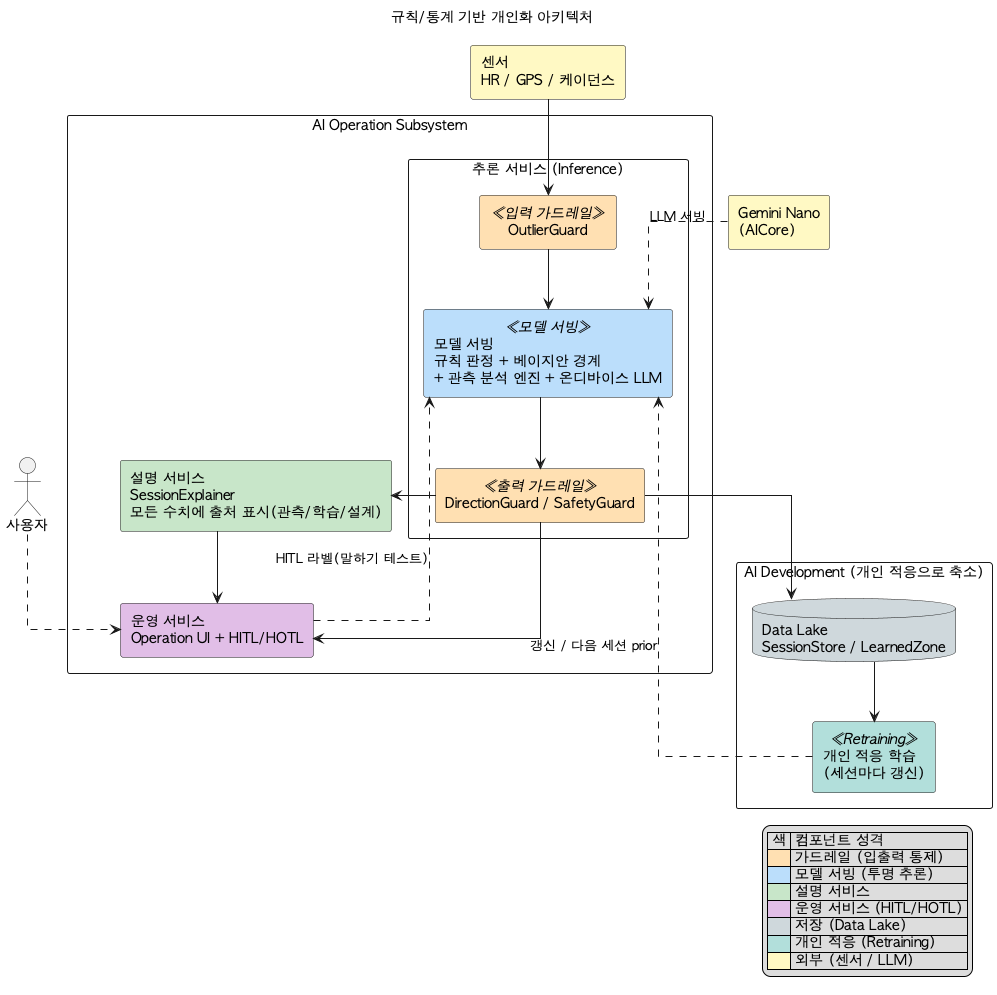
The PlantUML diagram arch/diagrams/02b-component-cnc-simple.png in tenyearslove/zone2runner, before a commit.
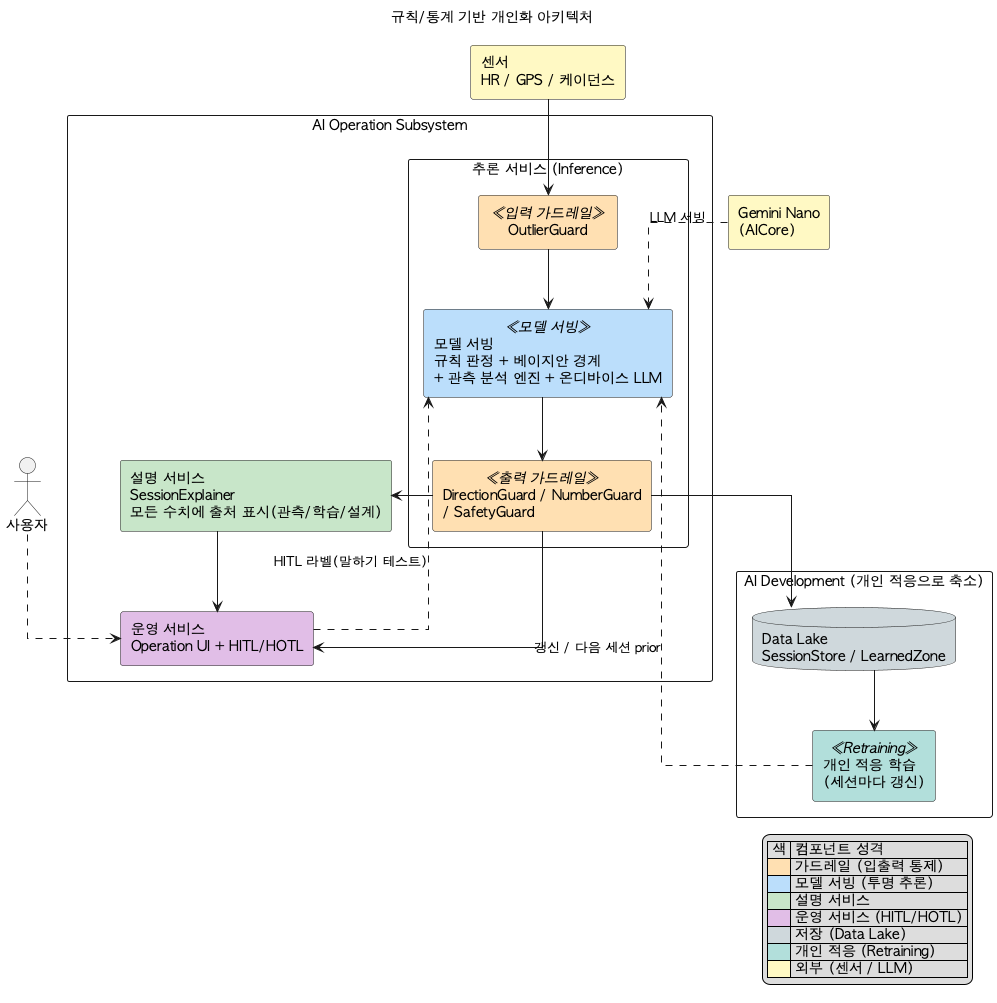
After the change.

The edit, as a diff of the source:
```diff
@@ -14,7 +14,7 @@
   package "추론 서비스 (Inference)" as INF {
     component "OutlierGuard" <<입력 가드레일>> as IG #FFE0B2
     component "모델 서빙\n규칙 판정 + 베이지안 경계\n+ 관측 분석 엔진 + 온디바이스 LLM" <<모델 서빙>> as SERVE #BBDEFB
-    component "DirectionGuard / SafetyGuard" <<출력 가드레일>> as OG #FFE0B2
+    component "DirectionGuard / NumberGuard\n/ SafetyGuard" <<출력 가드레일>> as OG #FFE0B2
     IG --> SERVE
     SERVE --> OG
   }
```
